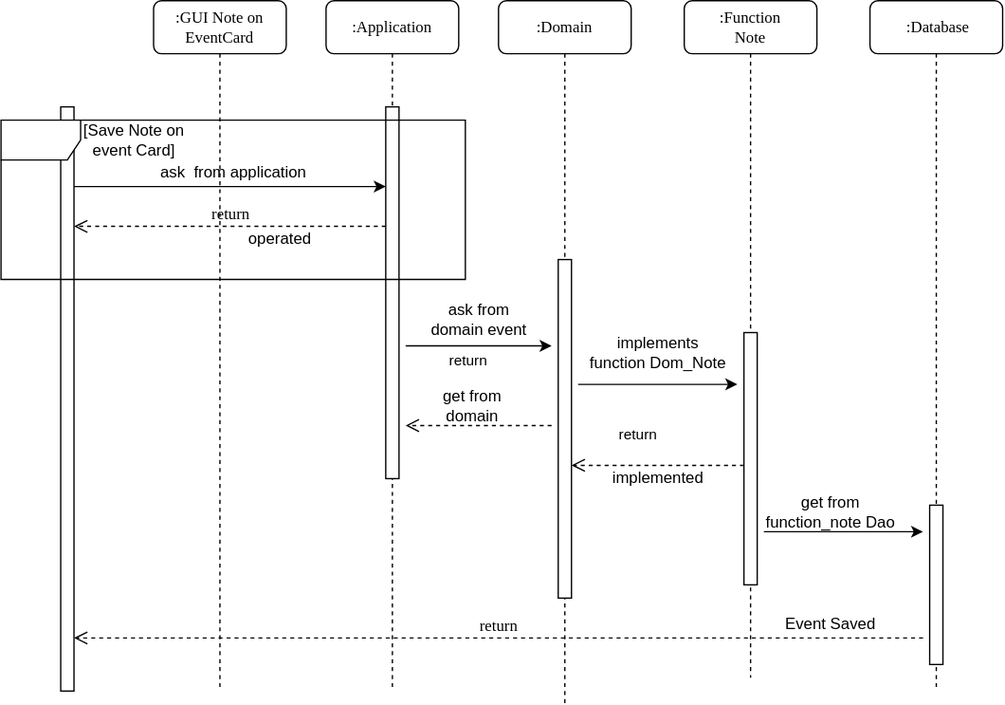
Fei-D20/D20_2nd_semester_final_exam_project keeps this draw.io diagram as Document/Diagram/SequenceDiagram.svg. Above is the earlier version. Source tidied: cells renumbered, new cells last; positions are measured from the earlier drawing's top-left corner, leaving out a move shared by most shapes.
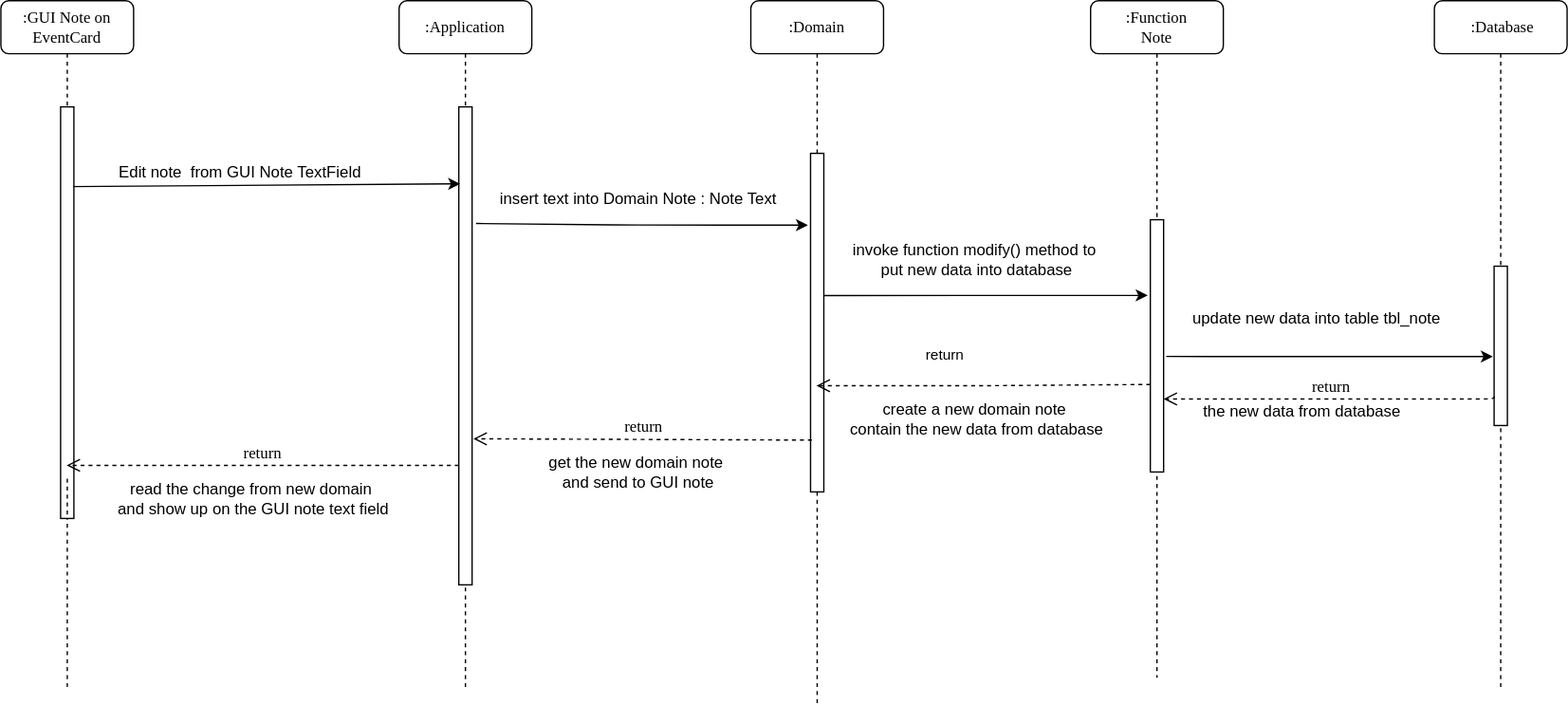
The same diagram one commit later.

The edit, as a diff of the source:
```diff
@@ -3,48 +3,38 @@
     <mxCell id="0" />
     <mxCell id="1" parent="0" />
     <mxCell id="2" value=":Application" style="shape=umlLifeline;perimeter=lifelinePerimeter;whiteSpace=wrap;html=1;rounded=1;shadow=0;comic=0;labelBackgroundColor=none;strokeWidth=1;fontFamily=Verdana;fontSize=12;align=center;" parent="1" vertex="1">
-      <mxGeometry x="245" width="100" height="520" as="geometry" />
+      <mxGeometry x="295" width="100" height="520" as="geometry" />
     </mxCell>
     <mxCell id="3" style="html=1;points=[];perimeter=orthogonalPerimeter;rounded=0;shadow=0;comic=0;labelBackgroundColor=none;strokeWidth=1;fontFamily=Verdana;fontSize=12;align=center;" parent="2" vertex="1">
-      <mxGeometry x="45" y="80" width="10" height="280" as="geometry" />
+      <mxGeometry x="45" y="80" width="10" height="360" as="geometry" />
     </mxCell>
     <mxCell id="4" value=":Domain" style="shape=umlLifeline;perimeter=lifelinePerimeter;whiteSpace=wrap;html=1;outlineConnect=0;rounded=1;shadow=0;comic=0;labelBackgroundColor=none;strokeWidth=1;fontFamily=Verdana;fontSize=12;align=center;" parent="1" vertex="1">
-      <mxGeometry x="375" width="100" height="530" as="geometry" />
+      <mxGeometry x="560" width="100" height="530" as="geometry" />
     </mxCell>
     <mxCell id="5" style="html=1;points=[];perimeter=orthogonalPerimeter;rounded=0;shadow=0;comic=0;labelBackgroundColor=none;strokeWidth=1;fontFamily=Verdana;fontSize=12;align=center;" parent="4" vertex="1">
-      <mxGeometry x="45" y="195" width="10" height="255" as="geometry" />
+      <mxGeometry x="45" y="115" width="10" height="255" as="geometry" />
     </mxCell>
     <mxCell id="6" value=":Function&lt;br&gt;Note" style="shape=umlLifeline;perimeter=lifelinePerimeter;whiteSpace=wrap;html=1;rounded=1;shadow=0;comic=0;labelBackgroundColor=none;strokeWidth=1;fontFamily=Verdana;fontSize=12;align=center;" parent="1" vertex="1">
-      <mxGeometry x="515" width="100" height="510" as="geometry" />
+      <mxGeometry x="816" width="100" height="510" as="geometry" />
     </mxCell>
     <mxCell id="7" style="html=1;points=[];perimeter=orthogonalPerimeter;rounded=0;shadow=0;comic=0;labelBackgroundColor=none;strokeWidth=1;fontFamily=Verdana;fontSize=12;align=center;" parent="6" vertex="1">
-      <mxGeometry x="45" y="250" width="10" height="190" as="geometry" />
+      <mxGeometry x="45" y="165" width="10" height="190" as="geometry" />
     </mxCell>
     <mxCell id="8" value="&amp;nbsp;:Database" style="shape=umlLifeline;perimeter=lifelinePerimeter;whiteSpace=wrap;html=1;rounded=1;shadow=0;comic=0;labelBackgroundColor=none;strokeWidth=1;fontFamily=Verdana;fontSize=12;align=center;" parent="1" vertex="1">
-      <mxGeometry x="655" width="100" height="520" as="geometry" />
+      <mxGeometry x="1075" width="100" height="520" as="geometry" />
     </mxCell>
     <mxCell id="9" style="html=1;points=[];perimeter=orthogonalPerimeter;rounded=0;shadow=0;comic=0;labelBackgroundColor=none;strokeWidth=1;fontFamily=Verdana;fontSize=12;align=center;" parent="8" vertex="1">
-      <mxGeometry x="45" y="380" width="10" height="120" as="geometry" />
+      <mxGeometry x="45" y="200" width="10" height="120" as="geometry" />
     </mxCell>
     <mxCell id="10" value=":GUI Note on EventCard" style="shape=umlLifeline;perimeter=lifelinePerimeter;whiteSpace=wrap;html=1;outlineConnect=0;rounded=1;shadow=0;comic=0;labelBackgroundColor=none;strokeWidth=1;fontFamily=Verdana;fontSize=12;align=center;" parent="1" vertex="1">
-      <mxGeometry x="115" width="100" height="520" as="geometry" />
+      <mxGeometry x="-5" width="100" height="520" as="geometry" />
     </mxCell>
-    <mxCell id="11" value="return" style="html=1;verticalAlign=bottom;endArrow=open;dashed=1;endSize=8;labelBackgroundColor=none;fontFamily=Verdana;fontSize=12;edgeStyle=elbowEdgeStyle;elbow=vertical;" parent="1" edge="1" target="15">
-      <mxGeometry relative="1" as="geometry">
-        <mxPoint x="695" y="480" as="sourcePoint" />
-        <Array as="points">
-          <mxPoint x="505" y="480" />
-          <mxPoint x="505" y="510" />
-          <mxPoint x="565" y="550" />
-          <mxPoint x="675" y="540" />
-          <mxPoint x="545" y="520" />
-        </Array>
-      </mxGeometry>
-    </mxCell>
+    <mxCell id="15" style="html=1;points=[];perimeter=orthogonalPerimeter;rounded=0;shadow=0;comic=0;labelBackgroundColor=none;strokeWidth=1;fontFamily=Verdana;fontSize=12;align=center;" parent="10" vertex="1">
+      <mxGeometry x="45" y="80" width="10" height="310" as="geometry" />
+    </mxCell>
-    <mxCell id="12" style="endArrow=classic;html=1;" parent="1" edge="1">
+    <mxCell id="12" style="endArrow=classic;html=1;entryX=0.1;entryY=0.161;entryDx=0;entryDy=0;entryPerimeter=0;" parent="1" edge="1" target="3">
       <mxGeometry relative="1" as="geometry">
         <mxPoint x="50" y="140" as="sourcePoint" />
-        <mxPoint x="290" y="140" as="targetPoint" />
       </mxGeometry>
     </mxCell>
     <mxCell id="13" style="endArrow=none;dashed=1;html=1;" parent="1" edge="1" source="15">
@@ -52,92 +42,101 @@
         <mxPoint x="45" y="80" as="targetPoint" />
       </mxGeometry>
     </mxCell>
-    <mxCell id="14" value="[Save Note on &lt;br&gt;event Card]" style="text;html=1;align=center;verticalAlign=middle;" parent="1" vertex="1">
-      <mxGeometry x="55" y="90" width="90" height="30" as="geometry" />
-    </mxCell>
-    <mxCell id="15" style="html=1;points=[];perimeter=orthogonalPerimeter;rounded=0;shadow=0;comic=0;labelBackgroundColor=none;strokeWidth=1;fontFamily=Verdana;fontSize=12;align=center;" parent="1" vertex="1">
-      <mxGeometry x="45" y="80" width="10" height="440" as="geometry" />
-    </mxCell>
     <mxCell id="16" style="endArrow=none;dashed=1;html=1;" parent="1" edge="1" target="15">
       <mxGeometry relative="1" as="geometry">
         <mxPoint x="45" y="360" as="sourcePoint" />
       </mxGeometry>
     </mxCell>
-    <mxCell id="17" value="ask from &lt;br&gt;domain event" style="text;html=1;align=center;verticalAlign=middle;" parent="1" vertex="1">
-      <mxGeometry x="315" y="225" width="90" height="30" as="geometry" />
+    <mxCell id="17" value="insert text into Domain Note : Note Text" style="text;html=1;align=center;verticalAlign=middle;" parent="1" vertex="1">
+      <mxGeometry x="365" y="140" width="220" height="20" as="geometry" />
     </mxCell>
-    <mxCell id="18" style="endArrow=classic;html=1;" parent="1" edge="1">
+    <mxCell id="18" style="endArrow=classic;html=1;exitX=1.3;exitY=0.244;exitDx=0;exitDy=0;exitPerimeter=0;entryX=-0.2;entryY=0.212;entryDx=0;entryDy=0;entryPerimeter=0;" parent="1" edge="1" source="3" target="5">
       <mxGeometry relative="1" as="geometry">
-        <mxPoint x="305" y="260" as="sourcePoint" />
-        <mxPoint x="415" y="260" as="targetPoint" />
         <Array as="points">
-          <mxPoint x="375" y="260" />
+          <mxPoint x="465" y="169" />
         </Array>
       </mxGeometry>
     </mxCell>
-    <mxCell id="19" value="return" style="html=1;verticalAlign=bottom;endArrow=open;dashed=1;endSize=8;" parent="1" edge="1">
-      <mxGeometry x="0.16" y="-40" relative="1" as="geometry">
-        <mxPoint x="415" y="320" as="sourcePoint" />
-        <mxPoint x="305" y="320" as="targetPoint" />
-        <Array as="points">
-          <mxPoint x="365" y="320" />
-        </Array>
-        <mxPoint x="1" as="offset" />
-      </mxGeometry>
-    </mxCell>
-    <mxCell id="20" value="Event Saved" style="text;html=1;align=center;verticalAlign=middle;" parent="1" vertex="1">
-      <mxGeometry x="585" y="460" width="80" height="20" as="geometry" />
-    </mxCell>
-    <mxCell id="21" style="shape=umlFrame;whiteSpace=wrap;html=1;" parent="1" vertex="1">
-      <mxGeometry y="90" width="350" height="120" as="geometry" />
-    </mxCell>
-    <mxCell id="22" style="endArrow=classic;html=1;" parent="1" edge="1">
+    <mxCell id="22" style="endArrow=classic;html=1;exitX=1;exitY=0.42;exitDx=0;exitDy=0;exitPerimeter=0;" parent="1" edge="1" source="5">
       <mxGeometry relative="1" as="geometry">
-        <mxPoint x="435" y="289" as="sourcePoint" />
-        <mxPoint x="555" y="289" as="targetPoint" />
+        <mxPoint x="859" y="222" as="targetPoint" />
       </mxGeometry>
     </mxCell>
-    <mxCell id="23" value="return" style="html=1;verticalAlign=bottom;endArrow=open;dashed=1;endSize=8;labelBackgroundColor=none;fontFamily=Verdana;fontSize=12;edgeStyle=elbowEdgeStyle;elbow=vertical;" parent="1" edge="1" source="3">
-      <mxGeometry relative="1" as="geometry">
-        <mxPoint x="55" y="170" as="targetPoint" />
-        <Array as="points">
-          <mxPoint x="60" y="170" />
-          <mxPoint x="90" y="170" />
-        </Array>
-      </mxGeometry>
-    </mxCell>
-    <mxCell id="24" value="ask&amp;nbsp; from application" style="text;html=1;align=center;verticalAlign=middle;" parent="1" vertex="1">
-      <mxGeometry x="110" y="120" width="130" height="20" as="geometry" />
+    <mxCell id="24" value="Edit note&amp;nbsp; from GUI Note TextField" style="text;html=1;align=center;verticalAlign=middle;" parent="1" vertex="1">
+      <mxGeometry x="75" y="120" width="200" height="20" as="geometry" />
     </mxCell>
-    <mxCell id="25" value="operated" style="text;html=1;align=center;verticalAlign=middle;" parent="1" vertex="1">
-      <mxGeometry x="180" y="170" width="60" height="20" as="geometry" />
-    </mxCell>
-    <mxCell id="26" value="get from&lt;br&gt;domain" style="text;html=1;align=center;verticalAlign=middle;" parent="1" vertex="1">
-      <mxGeometry x="325" y="290" width="60" height="30" as="geometry" />
+    <mxCell id="26" value="get the new domain note&amp;nbsp;&lt;br&gt;and send to GUI note" style="text;html=1;align=center;verticalAlign=middle;" parent="1" vertex="1">
+      <mxGeometry x="400" y="340" width="150" height="30" as="geometry" />
     </mxCell>
-    <mxCell id="27" value="implements&lt;br&gt;function Dom_Note" style="text;html=1;align=center;verticalAlign=middle;" parent="1" vertex="1">
-      <mxGeometry x="435" y="250" width="120" height="30" as="geometry" />
+    <mxCell id="27" value="invoke function modify() method to&amp;nbsp;&lt;br&gt;put new data into database" style="text;html=1;align=center;verticalAlign=middle;" parent="1" vertex="1">
+      <mxGeometry x="630" y="180" width="200" height="30" as="geometry" />
     </mxCell>
-    <mxCell id="28" value="return" style="html=1;verticalAlign=bottom;endArrow=open;dashed=1;endSize=8;" parent="1" edge="1">
+    <mxCell id="28" value="return" style="html=1;verticalAlign=bottom;endArrow=open;dashed=1;endSize=8;exitX=0;exitY=0.653;exitDx=0;exitDy=0;exitPerimeter=0;" parent="1" edge="1" source="7" target="4">
       <mxGeometry x="0.23" y="-14" relative="1" as="geometry">
-        <mxPoint x="560" y="350" as="sourcePoint" />
-        <mxPoint x="430" y="350" as="targetPoint" />
         <Array as="points">
-          <mxPoint x="510" y="350" />
+          <mxPoint x="736" y="290" />
+          <mxPoint x="701" y="290" />
         </Array>
       </mxGeometry>
     </mxCell>
-    <mxCell id="29" value="implemented" style="text;html=1;align=center;verticalAlign=middle;" parent="1" vertex="1">
-      <mxGeometry x="455" y="350" width="80" height="20" as="geometry" />
+    <mxCell id="29" value="create a new domain note&amp;nbsp;&lt;br&gt;contain the new data from database" style="text;html=1;align=center;verticalAlign=middle;" parent="1" vertex="1">
+      <mxGeometry x="625" y="300" width="210" height="30" as="geometry" />
     </mxCell>
-    <mxCell id="30" style="endArrow=classic;html=1;" parent="1" edge="1">
-      <mxGeometry relative="1" as="geometry">
-        <mxPoint x="575" y="400" as="sourcePoint" />
-        <mxPoint x="695" y="400" as="targetPoint" />
-      </mxGeometry>
+    <mxCell id="30" style="endArrow=classic;html=1;exitX=1.2;exitY=0.542;exitDx=0;exitDy=0;exitPerimeter=0;entryX=-0.1;entryY=0.567;entryDx=0;entryDy=0;entryPerimeter=0;" parent="1" edge="1" source="7" target="9">
+      <mxGeometry relative="1" as="geometry" />
     </mxCell>
-    <mxCell id="31" value="get from &lt;br&gt;function_note Dao" style="text;html=1;align=center;verticalAlign=middle;" parent="1" vertex="1">
-      <mxGeometry x="570" y="370" width="110" height="30" as="geometry" />
+    <mxCell id="31" value="update new data into table tbl_note" style="text;html=1;align=center;verticalAlign=middle;" parent="1" vertex="1">
+      <mxGeometry x="886" y="230" width="200" height="20" as="geometry" />
     </mxCell>
+    <mxCell id="32" value="return" style="html=1;verticalAlign=bottom;endArrow=open;dashed=1;endSize=8;labelBackgroundColor=none;fontFamily=Verdana;fontSize=12;edgeStyle=elbowEdgeStyle;elbow=vertical;" parent="1" edge="1" source="3" target="10">
+      <mxGeometry relative="1" as="geometry">
+        <Array as="points">
+          <mxPoint x="255" y="350" />
+          <mxPoint x="105" y="410" />
+          <mxPoint x="285" y="170" />
+          <mxPoint x="145" y="170" />
+          <mxPoint x="185" y="170" />
+          <mxPoint x="95" y="170" />
+          <mxPoint x="60" y="170" />
+          <mxPoint x="90" y="170" />
+        </Array>
+      </mxGeometry>
+    </mxCell>
+    <mxCell id="33" value="return" style="html=1;verticalAlign=bottom;endArrow=open;dashed=1;endSize=8;labelBackgroundColor=none;fontFamily=Verdana;fontSize=12;edgeStyle=elbowEdgeStyle;elbow=vertical;exitX=0;exitY=0.817;exitDx=0;exitDy=0;exitPerimeter=0;" parent="1" edge="1" source="9" target="7">
+      <mxGeometry relative="1" as="geometry">
+        <Array as="points">
+          <mxPoint x="1045" y="300" />
+          <mxPoint x="1065.5" y="59.5" />
+          <mxPoint x="925.5" y="59.5" />
+          <mxPoint x="965.5" y="59.5" />
+          <mxPoint x="875.5" y="59.5" />
+          <mxPoint x="840.5" y="59.5" />
+          <mxPoint x="870.5" y="59.5" />
+        </Array>
+      </mxGeometry>
+    </mxCell>
+    <mxCell id="34" value="the new data from database" style="text;html=1;align=center;verticalAlign=middle;strokeColor=none;" parent="1" vertex="1">
+      <mxGeometry x="895" y="300" width="160" height="20" as="geometry" />
+    </mxCell>
+    <mxCell id="35" value="return" style="html=1;verticalAlign=bottom;endArrow=open;dashed=1;endSize=8;labelBackgroundColor=none;fontFamily=Verdana;fontSize=12;edgeStyle=elbowEdgeStyle;elbow=vertical;exitX=0.1;exitY=0.847;exitDx=0;exitDy=0;exitPerimeter=0;entryX=1.1;entryY=0.694;entryDx=0;entryDy=0;entryPerimeter=0;" parent="1" edge="1" source="5" target="3">
+      <mxGeometry relative="1" as="geometry">
+        <Array as="points">
+          <mxPoint x="365" y="330" />
+          <mxPoint x="445" y="353" />
+          <mxPoint x="395" y="353" />
+          <mxPoint x="395" y="280" />
+          <mxPoint x="115" y="420" />
+          <mxPoint x="295" y="180" />
+          <mxPoint x="155" y="180" />
+          <mxPoint x="195" y="180" />
+          <mxPoint x="105" y="180" />
+          <mxPoint x="70" y="180" />
+          <mxPoint x="100" y="180" />
+        </Array>
+      </mxGeometry>
+    </mxCell>
+    <mxCell id="36" value="read the change from new domain&amp;nbsp;&lt;br&gt;and show up on the GUI note text field" style="text;html=1;align=center;verticalAlign=middle;strokeColor=none;" parent="1" vertex="1">
+      <mxGeometry x="75" y="360" width="220" height="30" as="geometry" />
+    </mxCell>
   </root>
 </mxGraphModel>
```
